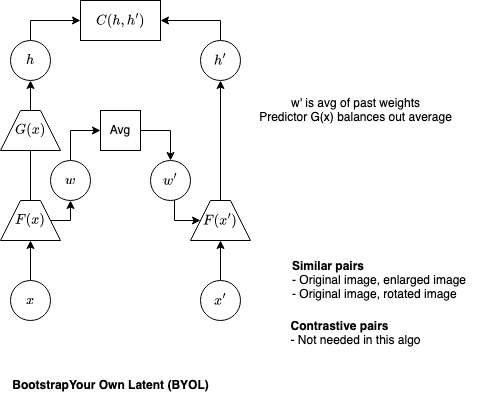
The draw.io diagram machine_learning/diagrams/byol.drawio.png in analytiq-hub/sigagent.github.io, before a commit. Source tidied: cells renumbered, new cells last; positions are measured from the earlier drawing's top-left corner, leaving out a move shared by most shapes.
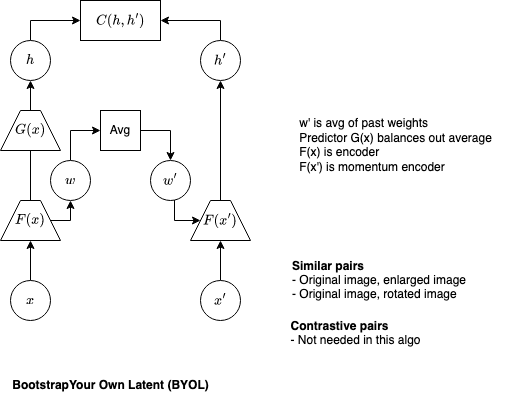
After the change.

The edit, as a diff of the source:
```diff
@@ -99,8 +99,8 @@
         <mxPoint x="30" y="200" as="sourcePoint" />
       </mxGeometry>
     </mxCell>
-    <mxCell id="28" value="&lt;div&gt;w' is avg of past weights&lt;/div&gt;&lt;div&gt;Predictor G(x) balances out average&lt;br&gt;&lt;/div&gt;" style="text;html=1;align=center;verticalAlign=middle;strokeColor=none;fillColor=none;" parent="1" vertex="1">
-      <mxGeometry x="245" y="90" width="220" height="40" as="geometry" />
+    <mxCell id="28" value="&lt;div align=&quot;left&quot;&gt;w' is avg of past weights&lt;/div&gt;&lt;div align=&quot;left&quot;&gt;Predictor G(x) balances out average&lt;/div&gt;&lt;div align=&quot;left&quot;&gt;F(x) is encoder&lt;br&gt;&lt;/div&gt;&lt;div align=&quot;left&quot;&gt;F(x') is momentum encoder&lt;br&gt;&lt;/div&gt;" style="text;html=1;align=center;verticalAlign=middle;strokeColor=none;fillColor=none;" parent="1" vertex="1">
+      <mxGeometry x="285" y="110" width="220" height="70" as="geometry" />
     </mxCell>
   </root>
 </mxGraphModel>
```
